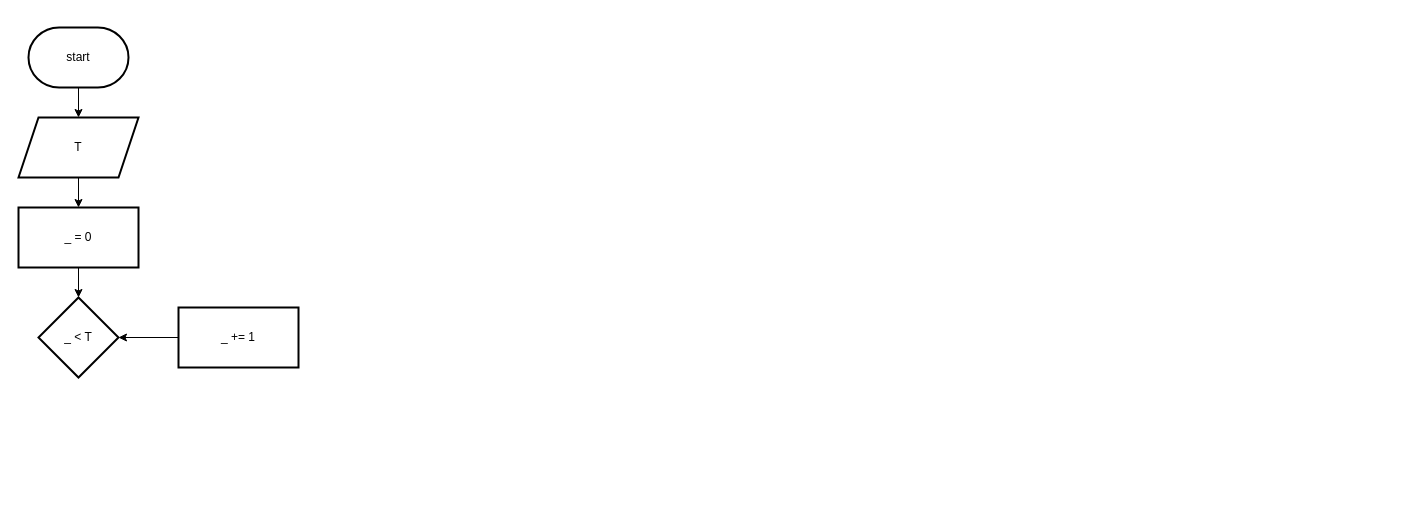
Above: stage/The most wrong question/9095.drawio in Gyeongrok-Oh/boj (draw.io), before the change. Source tidied: cells renumbered, new cells numbered last; positions are measured from the earlier drawing's top-left corner, leaving out a move shared by most shapes. Both pictures are drawn from the tidied source at 100%, with x=0, y=0 at pixel (18, 27).
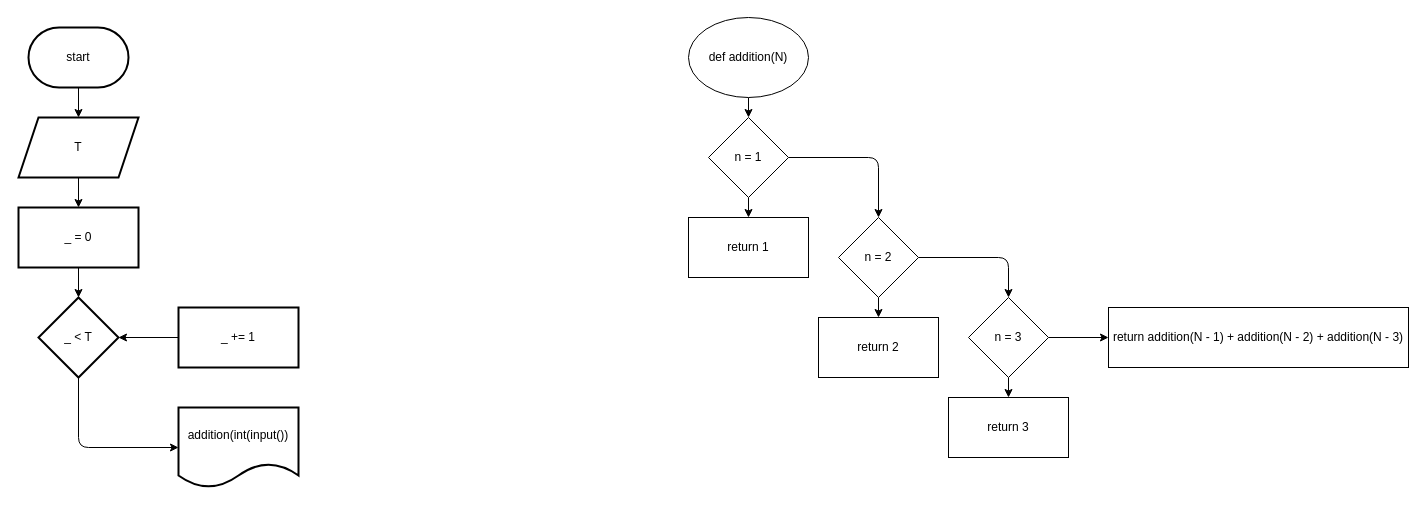
The same diagram, later.

The change refers to these unchanged cells:
```xml
<mxCell id="8" value="_ &amp;lt; T" style="rhombus;whiteSpace=wrap;html=1;strokeWidth=2;" parent="1" vertex="1">
  <mxGeometry x="20" y="270" width="80" height="80" as="geometry" />
</mxCell>
```

Change to the diagram source:
```diff
@@
+    <mxCell id="11" style="edgeStyle=none;html=1;" parent="1" edge="1" source="8" target="12">
+      <mxGeometry relative="1" as="geometry">
+        <Array as="points">
+          <mxPoint x="60" y="420" />
+        </Array>
+      </mxGeometry>
+    </mxCell>
@@
+    <mxCell id="12" value="addition(int(input())" style="shape=document;whiteSpace=wrap;html=1;boundedLbl=1;strokeWidth=2;" parent="1" vertex="1">
+      <mxGeometry x="160" y="380" width="120" height="80" as="geometry" />
+    </mxCell>
+    <mxCell id="13" style="edgeStyle=none;html=1;" parent="1" edge="1" source="14" target="17">
+      <mxGeometry relative="1" as="geometry" />
+    </mxCell>
+    <mxCell id="14" value="def addition(N)" style="ellipse;whiteSpace=wrap;html=1;" parent="1" vertex="1">
+      <mxGeometry x="670" y="-10" width="120" height="80" as="geometry" />
+    </mxCell>
+    <mxCell id="15" style="edgeStyle=none;html=1;" parent="1" edge="1" source="17" target="18">
+      <mxGeometry relative="1" as="geometry" />
+    </mxCell>
+    <mxCell id="16" style="edgeStyle=none;html=1;" parent="1" edge="1" source="17">
+      <mxGeometry relative="1" as="geometry">
+        <mxPoint x="860" y="190" as="targetPoint" />
+        <Array as="points">
+          <mxPoint x="860" y="130" />
+        </Array>
+      </mxGeometry>
+    </mxCell>
+    <mxCell id="17" value="n = 1" style="rhombus;whiteSpace=wrap;html=1;" parent="1" vertex="1">
+      <mxGeometry x="690" y="90" width="80" height="80" as="geometry" />
+    </mxCell>
+    <mxCell id="18" value="return 1" style="whiteSpace=wrap;html=1;" parent="1" vertex="1">
+      <mxGeometry x="670" y="190" width="120" height="60" as="geometry" />
+    </mxCell>
+    <mxCell id="19" style="edgeStyle=none;html=1;" parent="1" edge="1" source="21" target="22">
+      <mxGeometry relative="1" as="geometry" />
+    </mxCell>
+    <mxCell id="20" style="edgeStyle=none;html=1;" parent="1" edge="1" source="21" target="25">
+      <mxGeometry relative="1" as="geometry">
+        <Array as="points">
+          <mxPoint x="990" y="230" />
+        </Array>
+      </mxGeometry>
+    </mxCell>
+    <mxCell id="21" value="n = 2" style="rhombus;whiteSpace=wrap;html=1;" parent="1" vertex="1">
+      <mxGeometry x="820" y="190" width="80" height="80" as="geometry" />
+    </mxCell>
+    <mxCell id="22" value="return 2" style="whiteSpace=wrap;html=1;" parent="1" vertex="1">
+      <mxGeometry x="800" y="290" width="120" height="60" as="geometry" />
+    </mxCell>
+    <mxCell id="23" style="edgeStyle=none;html=1;" parent="1" edge="1" source="25" target="26">
+      <mxGeometry relative="1" as="geometry" />
+    </mxCell>
+    <mxCell id="24" style="edgeStyle=none;html=1;" parent="1" edge="1" source="25" target="27">
+      <mxGeometry relative="1" as="geometry" />
+    </mxCell>
+    <mxCell id="25" value="n = 3" style="rhombus;whiteSpace=wrap;html=1;" parent="1" vertex="1">
+      <mxGeometry x="950" y="270" width="80" height="80" as="geometry" />
+    </mxCell>
+    <mxCell id="26" value="return 3" style="whiteSpace=wrap;html=1;" parent="1" vertex="1">
+      <mxGeometry x="930" y="370" width="120" height="60" as="geometry" />
+    </mxCell>
+    <mxCell id="27" value="return addition(N - 1) + addition(N - 2) + addition(N - 3)" style="whiteSpace=wrap;html=1;" parent="1" vertex="1">
+      <mxGeometry x="1090" y="280" width="300" height="60" as="geometry" />
+    </mxCell>
```
